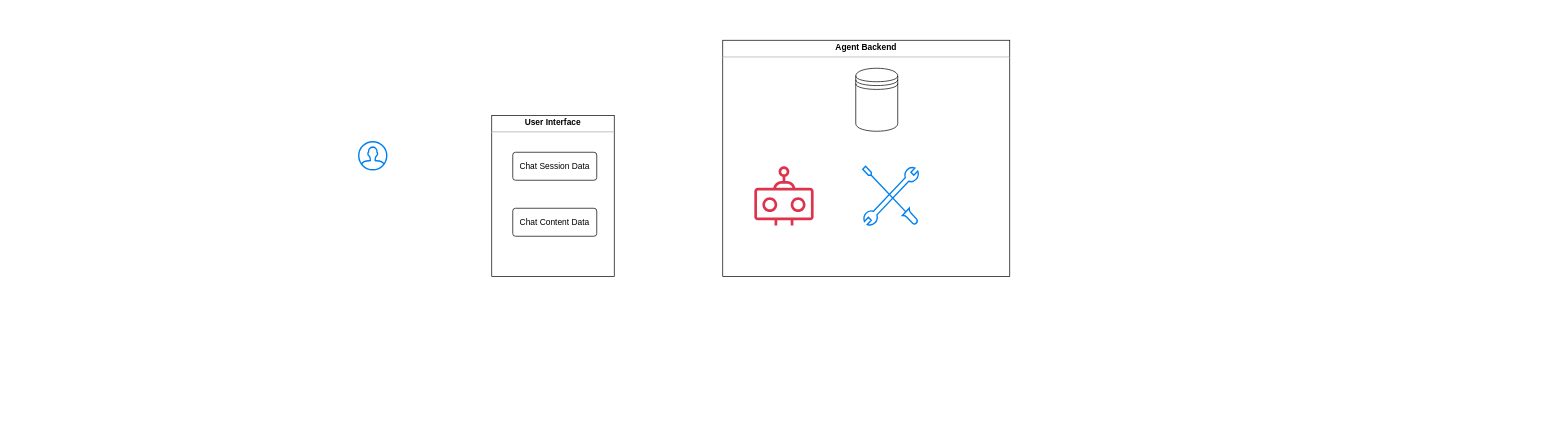
Varun-Mohanta/capstone-ai-id-secure keeps this draw.io diagram as 01-threat-model/Threat Model.drawio. Above is the earlier version. Source tidied: cells renumbered, new cells numbered last; positions are measured from the earlier drawing's top-left corner, leaving out a move shared by most shapes. Both pictures are drawn from the tidied source at 70%, with x=0, y=0 at pixel (358, 40).
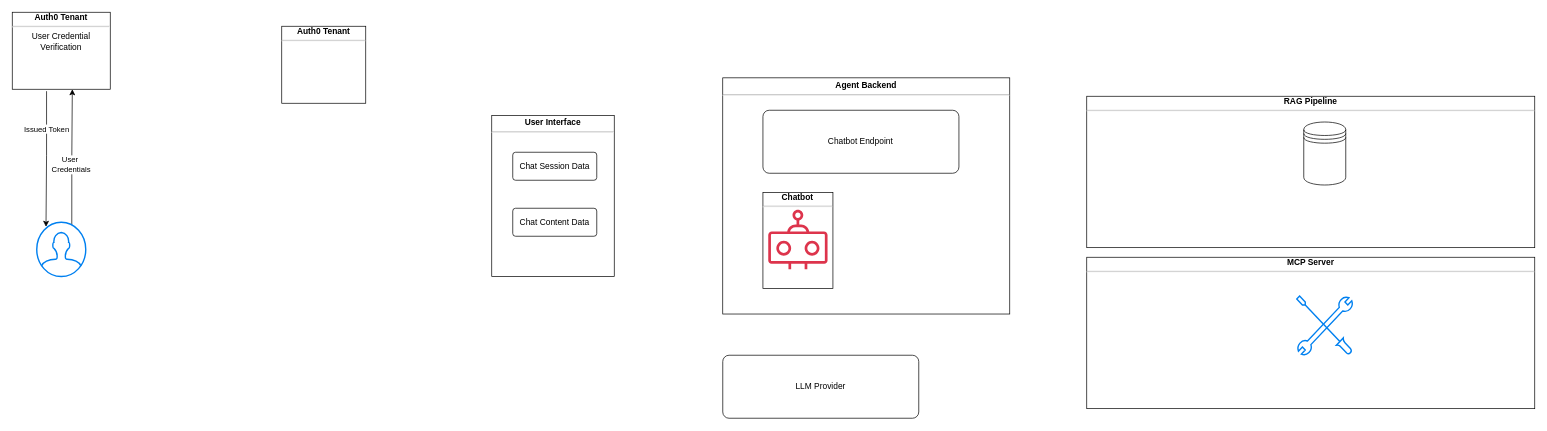
The same diagram, later.

Change to the diagram source:
```diff
@@
     <mxCell id="2" value="&lt;p style=&quot;margin:0px;margin-top:4px;text-align:center;&quot;&gt;&lt;b&gt;Agent Backend&lt;/b&gt;&lt;/p&gt;&lt;hr&gt;" style="verticalAlign=top;align=left;overflow=fill;html=1;whiteSpace=wrap;" parent="1" vertex="1">
-      <mxGeometry x="520" width="410" height="337.4" as="geometry" />
+      <mxGeometry x="520" y="53.7" width="410" height="337.4" as="geometry" />
     </mxCell>
+    <mxCell id="10" style="edgeStyle=orthogonalEdgeStyle;rounded=0;jettySize=auto;html=1;defaultLabelBackgroundColor=page;exitX=0.715;exitY=0.075;exitDx=0;exitDy=0;exitPerimeter=0;entryX=0.613;entryY=1;entryDx=0;entryDy=0;entryPerimeter=0;" parent="1" edge="1" source="3" target="17">
+      <mxGeometry x="-0.04" relative="1" as="geometry" />
+    </mxCell>
+    <mxCell id="11" value="User&amp;nbsp;&lt;div&gt;Credentials&lt;/div&gt;" style="edgeLabel;html=1;align=center;verticalAlign=middle;inheritText=1;defaultLabelBackgroundColor=page;" parent="10" vertex="1">
+      <mxGeometry x="-0.1" y="2" relative="1" as="geometry" />
+    </mxCell>
     <mxCell id="3" style="html=1;verticalLabelPosition=bottom;align=center;labelBackgroundColor=#ffffff;verticalAlign=top;strokeWidth=2;strokeColor=#0080F0;shadow=0;dashed=0;shape=mxgraph.ios7.icons.user;labelPerimeter=1;" parent="1" vertex="1">
-      <mxGeometry y="145" width="40" height="40" as="geometry" />
+      <mxGeometry x="-460" y="260" width="70" height="77.6" as="geometry" />
     </mxCell>
@@
     <mxCell id="5" style="sketch=0;fontColor=#232F3E;gradientColor=none;fillColor=#DD344C;strokeColor=none;dashed=0;verticalLabelPosition=bottom;verticalAlign=top;align=center;html=1;fontSize=12;fontStyle=0;shape=mxgraph.aws4.waf_bot;labelPerimeter=1;" parent="1" vertex="1">
-      <mxGeometry x="565.1" y="180" width="84.7" height="84.7" as="geometry" />
+      <mxGeometry x="585" y="242.3" width="84.7" height="84.7" as="geometry" />
     </mxCell>
     <mxCell id="6" style="shape=datastore;whiteSpace=wrap;html=1;" parent="1" vertex="1">
-      <mxGeometry x="710" y="40" width="60" height="90" as="geometry" />
+      <mxGeometry x="1350" y="116.8" width="60" height="90" as="geometry" />
     </mxCell>
@@
+    <mxCell id="12" value="Chatbot Endpoint" style="rounded=1;arcSize=10;whiteSpace=wrap;html=1;align=center;" parent="1" vertex="1">
+      <mxGeometry x="577.4" y="100" width="280" height="90" as="geometry" />
+    </mxCell>
+    <mxCell id="13" value="LLM Provider" style="rounded=1;arcSize=10;whiteSpace=wrap;html=1;align=center;" parent="1" vertex="1">
+      <mxGeometry x="520" y="450" width="280" height="90" as="geometry" />
+    </mxCell>
     <mxCell id="9" style="html=1;verticalLabelPosition=bottom;align=center;labelBackgroundColor=#ffffff;verticalAlign=top;strokeWidth=2;strokeColor=light-dark(#0080F0, #ffffff);shadow=0;dashed=0;shape=mxgraph.ios7.icons.tools;labelPerimeter=1;" parent="1" vertex="1">
-      <mxGeometry x="720" y="180" width="80" height="84.7" as="geometry" />
+      <mxGeometry x="1340" y="365.3" width="80" height="84.7" as="geometry" />
     </mxCell>
+    <mxCell id="14" value="&lt;div style=&quot;text-align: center;&quot;&gt;&lt;b style=&quot;background-color: transparent; color: light-dark(#000000, var(--ge-light-color, #ffffff));&quot;&gt;Chatbot&lt;/b&gt;&lt;/div&gt;&lt;hr&gt;&lt;p style=&quot;margin:0px;margin-top:4px;text-align:center;&quot;&gt;&lt;/p&gt;" style="verticalAlign=top;align=left;overflow=fill;html=1;whiteSpace=wrap;fillColor=none;" parent="1" vertex="1">
+      <mxGeometry x="577.4" y="217.3" width="100" height="137.3" as="geometry" />
+    </mxCell>
+    <mxCell id="15" value="&lt;div style=&quot;text-align: center;&quot;&gt;&lt;b style=&quot;background-color: transparent; color: light-dark(#000000, var(--ge-light-color, #ffffff));&quot;&gt;RAG Pipeline&lt;/b&gt;&lt;/div&gt;&lt;hr&gt;&lt;div style=&quot;&quot;&gt;&lt;/div&gt;&lt;p style=&quot;margin:0px;margin-top:4px;text-align:center;&quot;&gt;&lt;/p&gt;" style="verticalAlign=top;align=left;overflow=fill;html=1;whiteSpace=wrap;fillColor=none;" parent="1" vertex="1">
+      <mxGeometry x="1040" y="80" width="640" height="216.3" as="geometry" />
+    </mxCell>
+    <mxCell id="16" value="&lt;div style=&quot;text-align: center;&quot;&gt;&lt;b&gt;MCP Server&lt;/b&gt;&lt;/div&gt;&lt;hr&gt;&lt;div style=&quot;&quot;&gt;&lt;/div&gt;&lt;p style=&quot;margin:0px;margin-top:4px;text-align:center;&quot;&gt;&lt;/p&gt;" style="verticalAlign=top;align=left;overflow=fill;html=1;whiteSpace=wrap;fillColor=none;" parent="1" vertex="1">
+      <mxGeometry x="1040" y="310" width="640" height="216.3" as="geometry" />
+    </mxCell>
+    <mxCell id="17" value="&lt;div style=&quot;text-align: center;&quot;&gt;&lt;b style=&quot;background-color: transparent; color: light-dark(#000000, var(--ge-light-color, #ffffff));&quot;&gt;Auth0 Tenant&lt;/b&gt;&lt;/div&gt;&lt;hr&gt;&lt;div style=&quot;text-align: center;&quot;&gt;&lt;span style=&quot;background-color: transparent; color: light-dark(#000000, var(--ge-light-color, #ffffff));&quot;&gt;User Credential Verification&lt;/span&gt;&lt;/div&gt;&lt;div style=&quot;text-align: center;&quot;&gt;&lt;/div&gt;&lt;div style=&quot;&quot;&gt;&lt;/div&gt;&lt;p style=&quot;margin:0px;margin-top:4px;text-align:center;&quot;&gt;&lt;/p&gt;" style="verticalAlign=top;align=left;overflow=fill;html=1;whiteSpace=wrap;fillColor=none;" parent="1" vertex="1">
+      <mxGeometry x="-495" y="-40" width="140" height="110" as="geometry" />
+    </mxCell>
+    <mxCell id="18" value="&lt;div style=&quot;text-align: center;&quot;&gt;&lt;b style=&quot;background-color: transparent; color: light-dark(#000000, var(--ge-light-color, #ffffff));&quot;&gt;Auth0 Tenant&lt;/b&gt;&lt;/div&gt;&lt;hr&gt;&lt;div style=&quot;text-align: center;&quot;&gt;&lt;/div&gt;&lt;div style=&quot;&quot;&gt;&lt;/div&gt;&lt;p style=&quot;margin:0px;margin-top:4px;text-align:center;&quot;&gt;&lt;/p&gt;" style="verticalAlign=top;align=left;overflow=fill;html=1;whiteSpace=wrap;fillColor=none;" parent="1" vertex="1">
+      <mxGeometry x="-110" y="-20" width="120" height="110" as="geometry" />
+    </mxCell>
+    <mxCell id="19" style="edgeStyle=orthogonalEdgeStyle;rounded=0;jettySize=auto;html=1;defaultLabelBackgroundColor=page;exitX=0.35;exitY=1.025;exitDx=0;exitDy=0;exitPerimeter=0;entryX=0.189;entryY=0.084;entryDx=0;entryDy=0;entryPerimeter=0;" parent="1" edge="1" source="17" target="3">
+      <mxGeometry x="-0.67" relative="1" as="geometry" />
+    </mxCell>
+    <mxCell id="20" value="Issued Token" style="edgeLabel;html=1;align=center;verticalAlign=middle;inheritText=1;defaultLabelBackgroundColor=page;" parent="19" vertex="1">
+      <mxGeometry x="-0.44" y="-1" relative="1" as="geometry" />
+    </mxCell>
```
